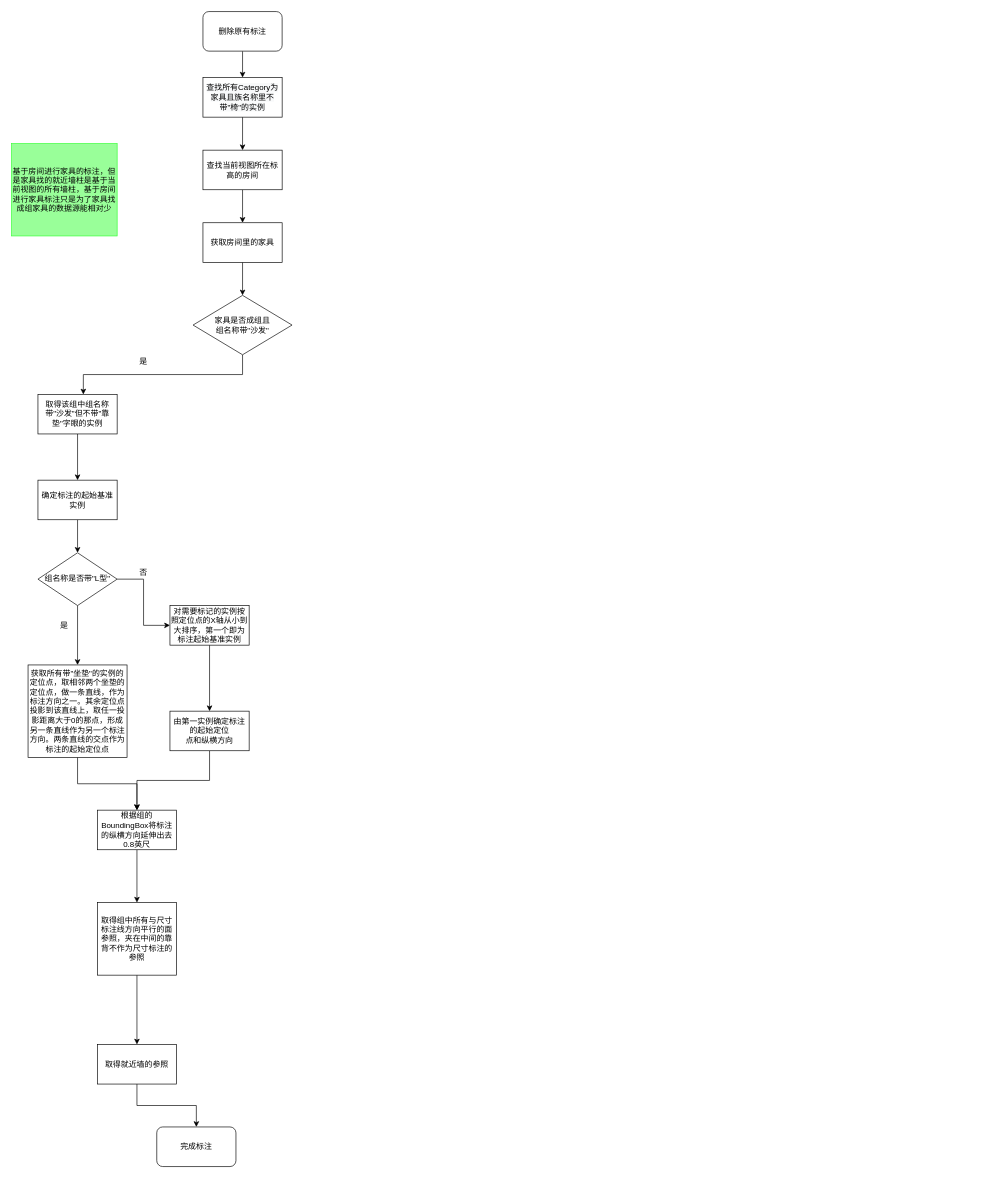
Above: 家具尺寸标注流程图.drawio in zhangguanjiong/FLowChart (draw.io), before the change. Source tidied: cells renumbered, new cells numbered last; positions are measured from the earlier drawing's top-left corner, leaving out a move shared by most shapes. Both pictures are drawn from the tidied source at 66%, with x=0, y=0 at pixel (11, 11).
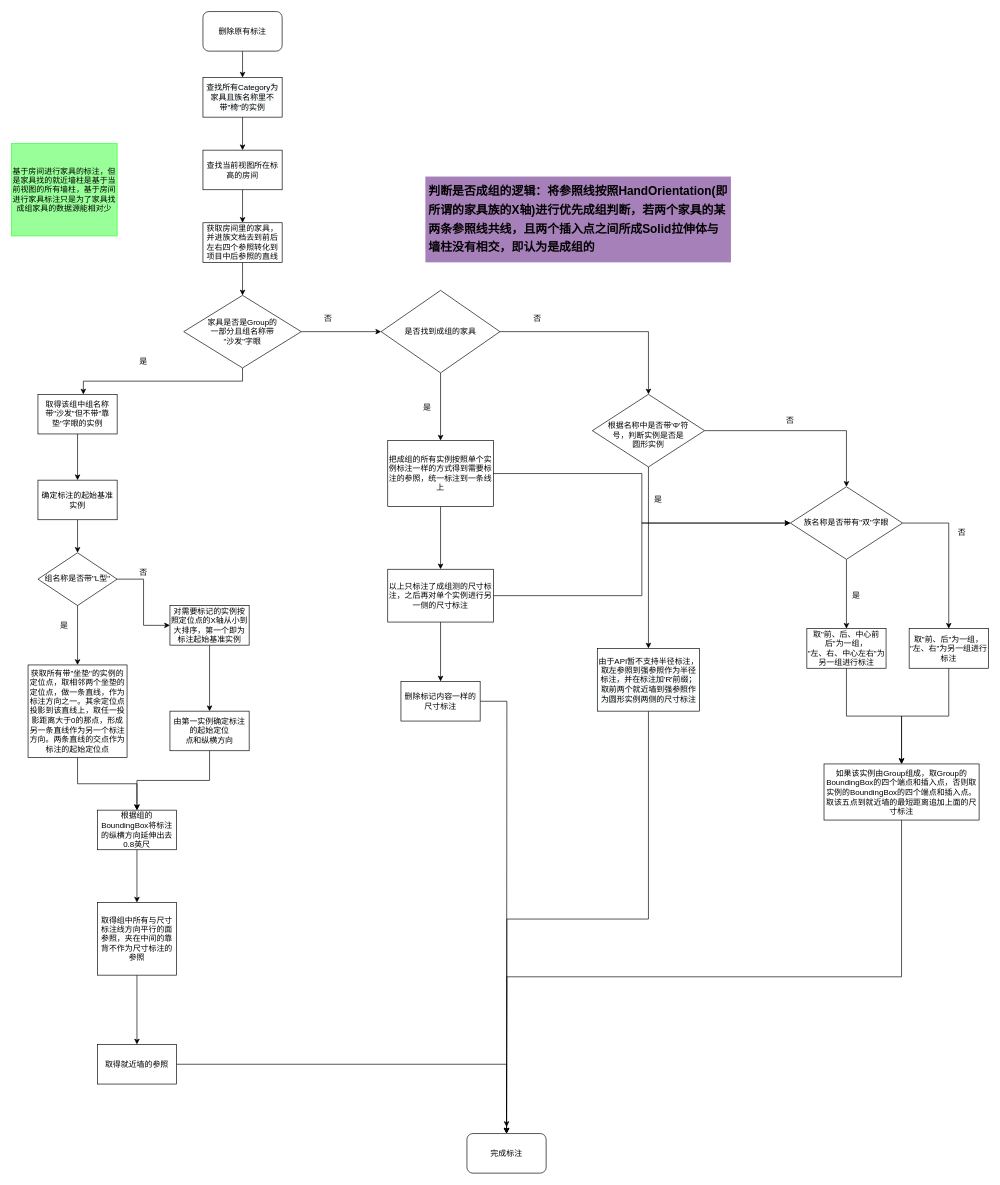
The same page after the edit.

Commit message:
Update 家具尺寸标注流程图.drawio

The edit, as a diff of the source:
```diff
@@
-    <mxCell id="7" value="获取房间里的家具" style="rounded=0;whiteSpace=wrap;html=1;" parent="1" vertex="1">
+    <mxCell id="7" value="获取房间里的家具，并进族文档去到前后左右四个参照转化到项目中后参照的直线" style="rounded=0;whiteSpace=wrap;html=1;" parent="1" vertex="1">
       <mxGeometry x="290" y="320" width="120" height="60" as="geometry" />
     </mxCell>
@@
+    <mxCell id="36" style="edgeStyle=orthogonalEdgeStyle;rounded=0;jettySize=auto;html=1;" parent="1" edge="1" source="12" target="40">
+      <mxGeometry relative="1" as="geometry" />
+    </mxCell>
-    <mxCell id="12" value="家具是否成组且&lt;br&gt;组名称带&quot;沙发&quot;" style="rhombus;whiteSpace=wrap;html=1;strokeColor=#000000;fillColor=#FFFFFF;" parent="1" vertex="1">
-      <mxGeometry x="275" y="430" width="150" height="90" as="geometry" />
+    <mxCell id="12" value="家具是否是Group的&lt;br&gt;一部分且组名称带&lt;br&gt;&quot;沙发&quot;字眼" style="rhombus;whiteSpace=wrap;html=1;strokeColor=#000000;fillColor=#FFFFFF;" parent="1" vertex="1">
+      <mxGeometry x="260.9" y="430" width="178.1" height="110" as="geometry" />
     </mxCell>
@@
     <mxCell id="35" value="完成标注" style="rounded=1;whiteSpace=wrap;html=1;strokeColor=#000000;fillColor=#FFFFFF;" parent="1" vertex="1">
-      <mxGeometry x="220" y="1690" width="120" height="60" as="geometry" />
+      <mxGeometry x="690" y="1700" width="120" height="60" as="geometry" />
     </mxCell>
+    <mxCell id="37" value="否" style="text;html=1;strokeColor=none;fillColor=none;align=center;verticalAlign=middle;whiteSpace=wrap;rounded=0;" parent="1" vertex="1">
+      <mxGeometry x="460" y="455" width="40" height="20" as="geometry" />
+    </mxCell>
+    <mxCell id="38" style="edgeStyle=orthogonalEdgeStyle;rounded=0;jettySize=auto;html=1;" parent="1" edge="1" source="40" target="43">
+      <mxGeometry relative="1" as="geometry" />
+    </mxCell>
+    <mxCell id="39" style="edgeStyle=orthogonalEdgeStyle;rounded=0;jettySize=auto;html=1;" parent="1" edge="1" source="40" target="48">
+      <mxGeometry relative="1" as="geometry" />
+    </mxCell>
+    <mxCell id="40" value="是否找到成组的家具" style="rhombus;whiteSpace=wrap;html=1;strokeColor=#000000;fillColor=#FFFFFF;" parent="1" vertex="1">
+      <mxGeometry x="560" y="422.5" width="180" height="125" as="geometry" />
+    </mxCell>
+    <mxCell id="41" style="edgeStyle=orthogonalEdgeStyle;rounded=0;jettySize=auto;html=1;entryX=0;entryY=0.5;entryDx=0;entryDy=0;" parent="1" edge="1" source="43" target="54">
+      <mxGeometry relative="1" as="geometry" />
+    </mxCell>
+    <mxCell id="42" style="edgeStyle=orthogonalEdgeStyle;rounded=0;jettySize=auto;html=1;" parent="1" edge="1" source="43" target="66">
+      <mxGeometry relative="1" as="geometry" />
+    </mxCell>
+    <mxCell id="43" value="把成组的所有实例按照单个实例标注一样的方式得到需要标注的参照，统一标注到一条线上" style="whiteSpace=wrap;html=1;fillColor=#FFFFFF;" parent="1" vertex="1">
+      <mxGeometry x="570" y="650" width="160" height="100" as="geometry" />
+    </mxCell>
+    <mxCell id="44" value="是" style="text;html=1;strokeColor=none;fillColor=none;align=center;verticalAlign=middle;whiteSpace=wrap;rounded=0;" parent="1" vertex="1">
+      <mxGeometry x="610" y="590" width="40" height="20" as="geometry" />
+    </mxCell>
+    <mxCell id="45" value="否" style="text;html=1;strokeColor=none;fillColor=none;align=center;verticalAlign=middle;whiteSpace=wrap;rounded=0;" parent="1" vertex="1">
+      <mxGeometry x="777" y="455" width="40" height="20" as="geometry" />
+    </mxCell>
+    <mxCell id="46" style="edgeStyle=orthogonalEdgeStyle;rounded=0;jettySize=auto;html=1;" parent="1" edge="1" source="48" target="50">
+      <mxGeometry relative="1" as="geometry" />
+    </mxCell>
+    <mxCell id="47" style="edgeStyle=orthogonalEdgeStyle;rounded=0;jettySize=auto;html=1;" parent="1" edge="1" source="48" target="54">
+      <mxGeometry relative="1" as="geometry" />
+    </mxCell>
+    <mxCell id="48" value="&lt;br&gt;根据名称中是否带'Φ'符&lt;br&gt;号，判断实例是否是&lt;br&gt;圆形实例" style="rhombus;whiteSpace=wrap;html=1;sketch=0;strokeColor=#000000;fillColor=#ffffff;" parent="1" vertex="1">
+      <mxGeometry x="880" y="580" width="170" height="110" as="geometry" />
+    </mxCell>
+    <mxCell id="49" style="edgeStyle=orthogonalEdgeStyle;rounded=0;jettySize=auto;html=1;exitX=0.5;exitY=1;exitDx=0;exitDy=0;" parent="1" edge="1" source="50">
+      <mxGeometry relative="1" as="geometry">
+        <mxPoint x="750" y="1690" as="targetPoint" />
+      </mxGeometry>
+    </mxCell>
+    <mxCell id="50" value="由于API暂不支持半径标注，&lt;span style=&quot;color: rgb(0 , 0 , 0) ; font-family: &amp;#34;helvetica&amp;#34; ; font-size: 12px ; font-style: normal ; font-weight: 400 ; letter-spacing: normal ; text-align: center ; text-indent: 0px ; text-transform: none ; word-spacing: 0px ; background-color: rgb(248 , 249 , 250) ; display: inline ; float: none&quot;&gt;取左参照到强参照作为半径标注，并在标注加'R'前缀；取前两个就近墙到强参照作为圆形实例两侧的尺寸标注&lt;/span&gt;" style="whiteSpace=wrap;html=1;sketch=0;" parent="1" vertex="1">
+      <mxGeometry x="887.5" y="965" width="155" height="95" as="geometry" />
+    </mxCell>
+    <mxCell id="51" value="是" style="text;html=1;strokeColor=none;fillColor=none;align=center;verticalAlign=middle;whiteSpace=wrap;rounded=0;sketch=0;" parent="1" vertex="1">
+      <mxGeometry x="960" y="730" width="40" height="20" as="geometry" />
+    </mxCell>
+    <mxCell id="52" style="edgeStyle=orthogonalEdgeStyle;rounded=0;jettySize=auto;html=1;" parent="1" edge="1" source="54" target="57">
+      <mxGeometry relative="1" as="geometry" />
+    </mxCell>
+    <mxCell id="53" style="edgeStyle=orthogonalEdgeStyle;rounded=0;jettySize=auto;html=1;" parent="1" edge="1" source="54" target="60">
+      <mxGeometry relative="1" as="geometry" />
+    </mxCell>
+    <mxCell id="54" value="族名称是否带有&quot;双&quot;字眼" style="rhombus;whiteSpace=wrap;html=1;sketch=0;strokeColor=#000000;fillColor=#ffffff;" parent="1" vertex="1">
+      <mxGeometry x="1180" y="720" width="170" height="110" as="geometry" />
+    </mxCell>
+    <mxCell id="55" value="否" style="text;html=1;strokeColor=none;fillColor=none;align=center;verticalAlign=middle;whiteSpace=wrap;rounded=0;sketch=0;" parent="1" vertex="1">
+      <mxGeometry x="1160" y="610" width="40" height="20" as="geometry" />
+    </mxCell>
+    <mxCell id="56" style="edgeStyle=orthogonalEdgeStyle;rounded=0;jettySize=auto;html=1;" parent="1" edge="1" source="57" target="63">
+      <mxGeometry relative="1" as="geometry" />
+    </mxCell>
+    <mxCell id="57" value="取&quot;前、后、中心前后&quot;为一组，&lt;br&gt;&quot;左、右、中心左右&quot;为另一组进行标注" style="whiteSpace=wrap;html=1;sketch=0;" parent="1" vertex="1">
+      <mxGeometry x="1205" y="935" width="120" height="60" as="geometry" />
+    </mxCell>
+    <mxCell id="58" value="是" style="text;html=1;strokeColor=none;fillColor=none;align=center;verticalAlign=middle;whiteSpace=wrap;rounded=0;sketch=0;" parent="1" vertex="1">
+      <mxGeometry x="1260" y="875" width="40" height="20" as="geometry" />
+    </mxCell>
+    <mxCell id="59" style="edgeStyle=orthogonalEdgeStyle;rounded=0;jettySize=auto;html=1;exitX=0.5;exitY=1;exitDx=0;exitDy=0;entryX=0.5;entryY=0;entryDx=0;entryDy=0;" parent="1" edge="1" source="60" target="63">
+      <mxGeometry relative="1" as="geometry" />
+    </mxCell>
+    <mxCell id="60" value="&lt;span&gt;取&quot;前、后&quot;为一组，&lt;/span&gt;&lt;br&gt;&lt;span&gt;&quot;左、右&quot;为另一组进行标注&lt;/span&gt;" style="whiteSpace=wrap;html=1;sketch=0;" parent="1" vertex="1">
+      <mxGeometry x="1360" y="935" width="120" height="60" as="geometry" />
+    </mxCell>
+    <mxCell id="61" value="否" style="text;html=1;strokeColor=none;fillColor=none;align=center;verticalAlign=middle;whiteSpace=wrap;rounded=0;sketch=0;" parent="1" vertex="1">
+      <mxGeometry x="1420" y="780" width="40" height="20" as="geometry" />
+    </mxCell>
+    <mxCell id="62" style="edgeStyle=orthogonalEdgeStyle;rounded=0;jettySize=auto;html=1;exitX=0.5;exitY=1;exitDx=0;exitDy=0;" parent="1" edge="1" source="63">
+      <mxGeometry relative="1" as="geometry">
+        <mxPoint x="750" y="1700" as="targetPoint" />
+      </mxGeometry>
+    </mxCell>
+    <mxCell id="63" value="如果该实例由Group组成，取Group的BoundingBox的四个端点和插入点，否则取实例的BoundingBox的四个端点和插入点。取该五点到就近墙的最短距离追加上面的尺寸标注" style="whiteSpace=wrap;html=1;sketch=0;" parent="1" vertex="1">
+      <mxGeometry x="1231" y="1140" width="235" height="85" as="geometry" />
+    </mxCell>
+    <mxCell id="64" style="edgeStyle=orthogonalEdgeStyle;rounded=0;jettySize=auto;html=1;" parent="1" edge="1" source="66" target="68">
+      <mxGeometry relative="1" as="geometry" />
+    </mxCell>
+    <mxCell id="65" style="edgeStyle=orthogonalEdgeStyle;rounded=0;jettySize=auto;html=1;entryX=0;entryY=0.5;entryDx=0;entryDy=0;" parent="1" edge="1" source="66" target="54">
+      <mxGeometry relative="1" as="geometry" />
+    </mxCell>
+    <mxCell id="66" value="以上只标注了成组测的尺寸标注，之后再对单个实例进行另一侧的尺寸标注&lt;br&gt;" style="whiteSpace=wrap;html=1;fillColor=#FFFFFF;" parent="1" vertex="1">
+      <mxGeometry x="570" y="845" width="160" height="80" as="geometry" />
+    </mxCell>
+    <mxCell id="67" style="edgeStyle=orthogonalEdgeStyle;rounded=0;jettySize=auto;html=1;exitX=1;exitY=0.5;exitDx=0;exitDy=0;" parent="1" edge="1" source="68">
+      <mxGeometry relative="1" as="geometry">
+        <mxPoint x="750" y="1700" as="targetPoint" />
+      </mxGeometry>
+    </mxCell>
+    <mxCell id="68" value="删除标记内容一样的尺寸标注" style="whiteSpace=wrap;html=1;fillColor=#FFFFFF;" parent="1" vertex="1">
+      <mxGeometry x="590" y="1015" width="120" height="60" as="geometry" />
+    </mxCell>
+    <mxCell id="69" value="&lt;h1&gt;&lt;font style=&quot;font-size: 18px&quot;&gt;判断是否成组的逻辑：将参照线按照HandOrientation(即所谓的家具族的X轴)进行优先成组判断，若两个家具的某两条参照线共线，且两个插入点之间所成Solid拉伸体与墙柱没有相交，即认为是成组的&lt;/font&gt;&lt;/h1&gt;" style="text;html=1;strokeColor=none;fillColor=#A680B8;spacing=5;spacingTop=-20;whiteSpace=wrap;overflow=hidden;rounded=0;sketch=0;" parent="1" vertex="1">
+      <mxGeometry x="627" y="250" width="463" height="130" as="geometry" />
+    </mxCell>
```
